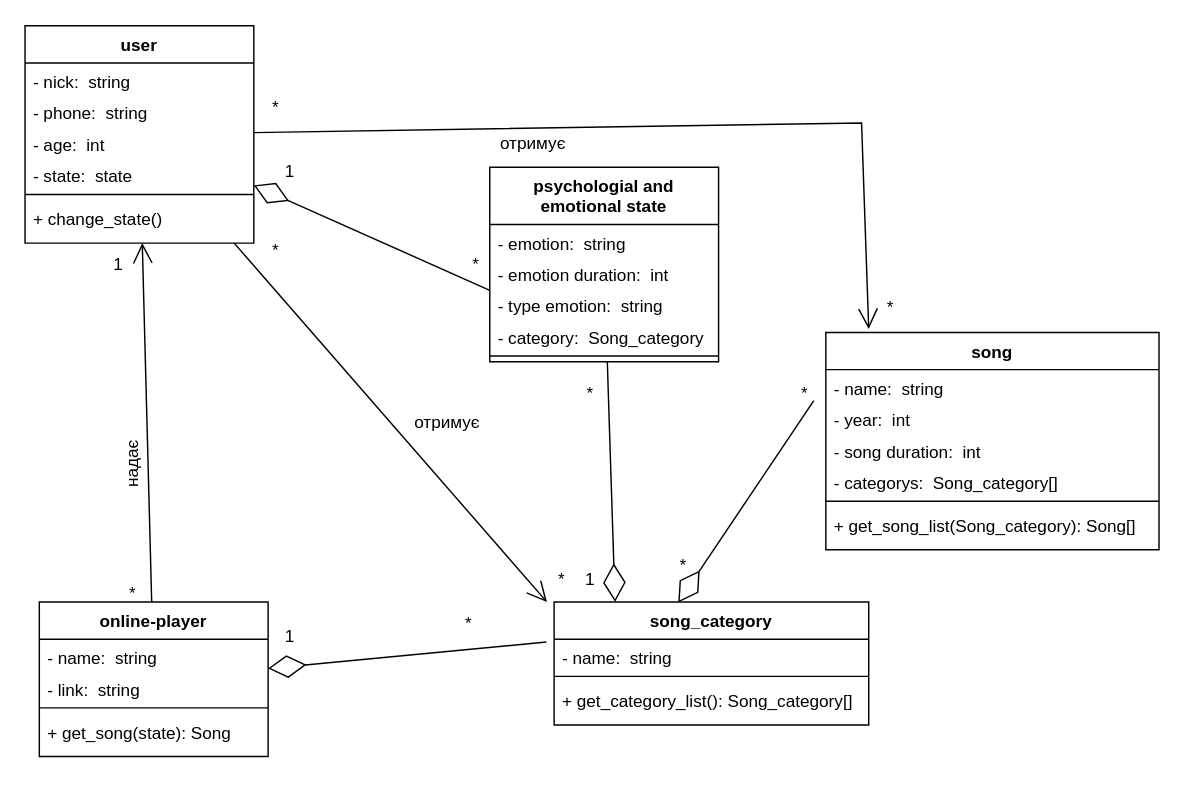
Above: 2-SoftwareDesign/2.5-UMLProgramClasses/Диаграмма без названия.drawio in oleksandrblazhko/nai205-guda (draw.io), before the change. Source tidied: cells renumbered, new cells numbered last; positions are measured from the earlier drawing's top-left corner, leaving out a move shared by most shapes. Both pictures are drawn from the tidied source at 143%, with x=0, y=0 at pixel (24, 24).
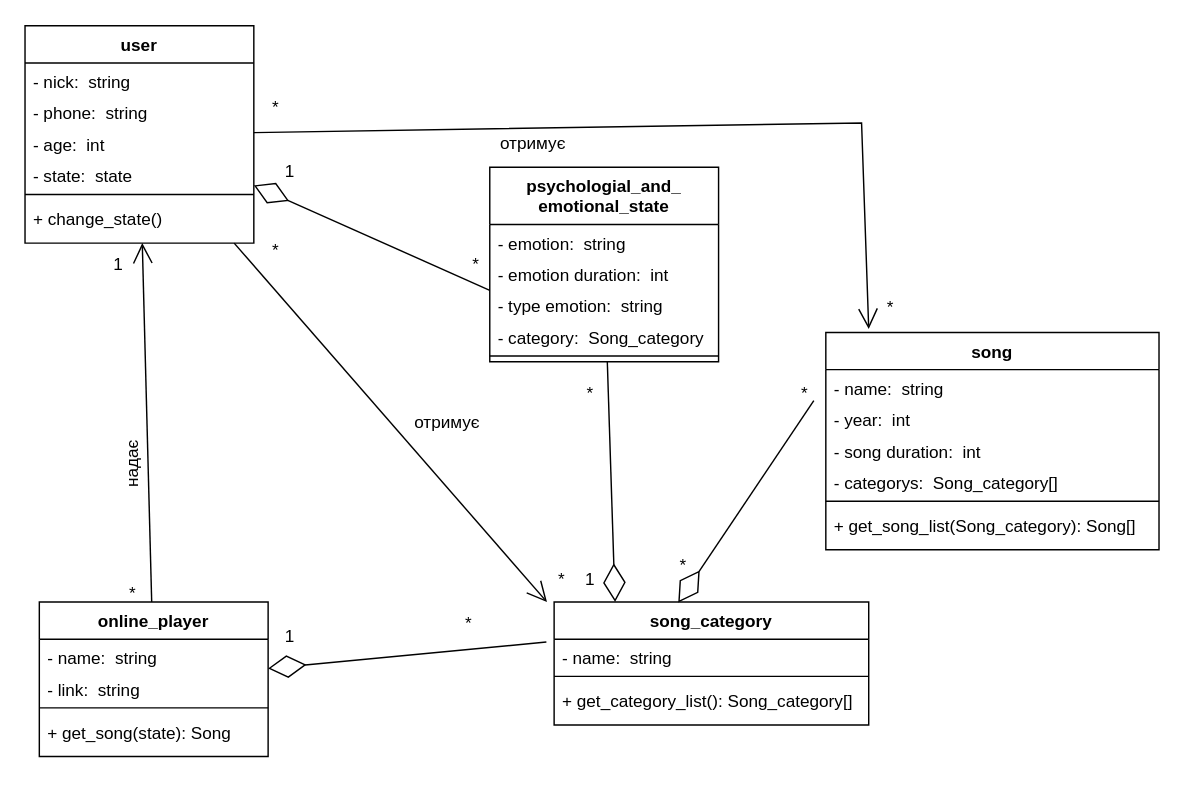
After the change.

Change to the diagram source:
```diff
@@
-    <mxCell id="9" value="online-player" style="swimlane;fontStyle=1;align=center;verticalAlign=top;horizontal=1;startSize=26;" parent="1" vertex="1">
+    <mxCell id="9" value="online_player" style="swimlane;fontStyle=1;align=center;verticalAlign=top;horizontal=1;startSize=26;" parent="1" vertex="1">
       <mxGeometry x="10" y="403.5" width="160" height="108" as="geometry" />
     </mxCell>
@@
-    <mxCell id="25" value="psychologial and &#10;emotional state" style="swimlane;fontStyle=1;align=center;verticalAlign=top;horizontal=1;startSize=40;" parent="1" vertex="1">
+    <mxCell id="25" value="psychologial_and_&#10;emotional_state" style="swimlane;fontStyle=1;align=center;verticalAlign=top;horizontal=1;startSize=40;" parent="1" vertex="1">
       <mxGeometry x="325" y="99.5" width="160" height="136" as="geometry" />
     </mxCell>
```
